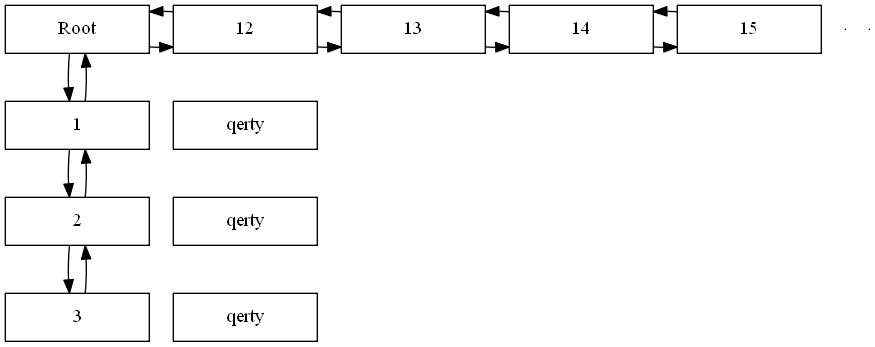
MEFM/EDD_1S2020_PY1_201700371 keeps this Graphviz diagram as Tablero.png. Above is the earlier version. Its source is kept beside it as Tablero.dot.
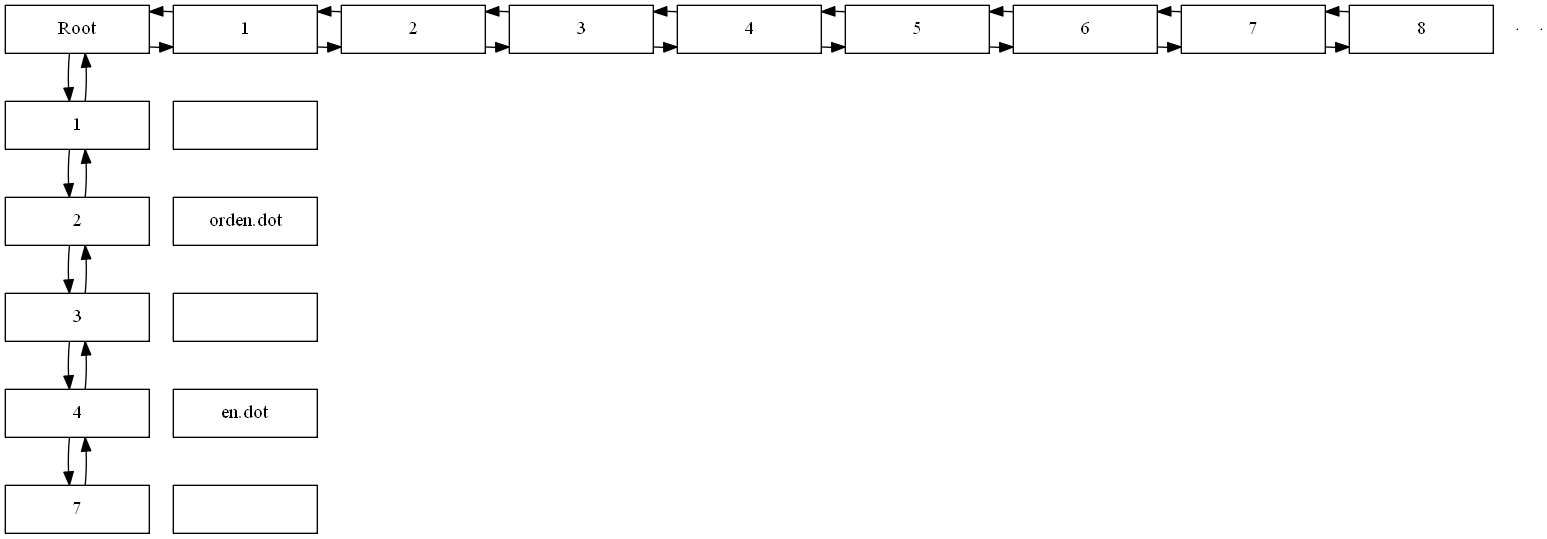
The same file after the commit.

The edit, as a diff of the source:
```diff
@@ -9,16 +9,26 @@
 U0[label ="1" width = 1.5, group = 1 ];
 U1[label ="2" width = 1.5, group = 1 ];
 U2[label ="3" width = 1.5, group = 1 ];
+U3[label ="4" width = 1.5, group = 1 ];
+U4[label ="7" width = 1.5, group = 1 ];
 
 U0->U1;
 U1->U0;
 U1->U2;
 U2->U1;
+U2->U3;
+U3->U2;
+U3->U4;
+U4->U3;
 
-A0[label ="12" width = 1.5, group = 2];
-A1[label ="13" width = 1.5, group = 3];
-A2[label ="14" width = 1.5, group = 4];
-A3[label ="15" width = 1.5, group = 5];
+A0[label ="1" width = 1.5, group = 2];
+A1[label ="2" width = 1.5, group = 3];
+A2[label ="3" width = 1.5, group = 4];
+A3[label ="4" width = 1.5, group = 5];
+A4[label ="5" width = 1.5, group = 6];
+A5[label ="6" width = 1.5, group = 7];
+A6[label ="7" width = 1.5, group = 8];
+A7[label ="8" width = 1.5, group = 9];
 
 A0->A1;
 A1->A0;
@@ -26,25 +36,39 @@
 A2->A1;
 A2->A3;
 A3->A2;
+A3->A4;
+A4->A3;
+A4->A5;
+A5->A4;
+A5->A6;
+A6->A5;
+A6->A7;
+A7->A6;
 
 Root -> U0;
 U0 -> Root;
 Root -> A0;
 A0 -> Root;
 
-{rank = same;Root;A0;A1;A2;A3;}
+{rank = same;Root;A0;A1;A2;A3;A4;A5;A6;A7;}
 
-N0[label ="qerty" width = 1.5, group =3];
-N1[label ="qerty" width = 1.5, group =4];
-N2[label ="qerty" width = 1.5, group =5];
+N0[label ="" width = 1.5, group =3];
+N1[label ="orden.dot" width = 1.5, group =5];
+N2[label ="" width = 1.5, group =5];
+N3[label ="en.dot" width = 1.5, group =9];
+N4[label ="" width = 1.5, group =6];
 
 
 {rank = same;U0;N0;}
 {rank = same;U1;N1;}
 {rank = same;U2;N2;}
+{rank = same;U3;N3;}
+{rank = same;U4;N4;}
 
 /*Same define rank Node */
 {rank = same;U0;}
 {rank = same;U1;}
 {rank = same;U2;}
+{rank = same;U3;}
+{rank = same;U4;}
 }
```
